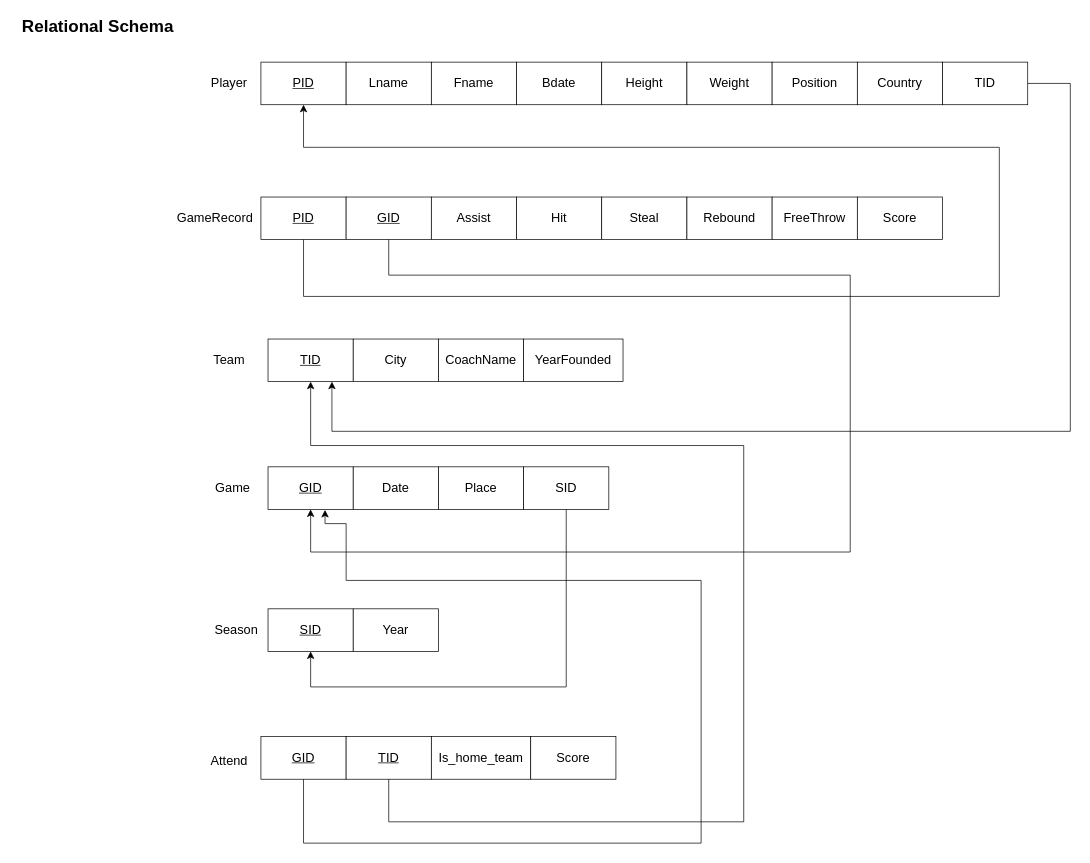
The draw.io diagram diagrams/Relational Schema.drawio in Basketball-Competition-Dashboard/doc, before the edit. Source tidied: cells renumbered, new cells numbered last; positions are measured from the earlier drawing's top-left corner, leaving out a move shared by most shapes. Both pictures are drawn from the tidied source at 71%, with x=0, y=0 at pixel (12, 12).
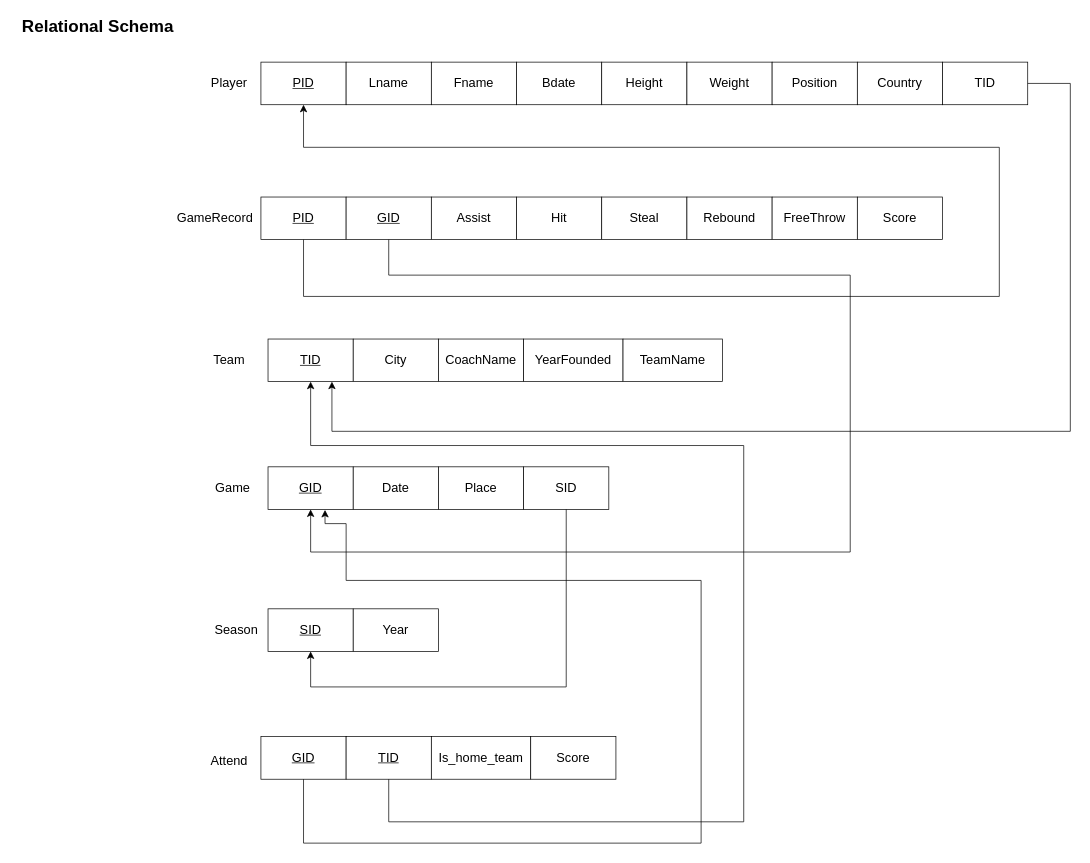
Above is the later version.

The edit, as a diff of the source:
```diff
@@
+    <mxCell id="46" value="TeamName" style="rounded=0;whiteSpace=wrap;html=1;fontSize=18;" parent="1" vertex="1">
+      <mxGeometry x="860" y="460" width="140" height="60" as="geometry" />
+    </mxCell>
```
